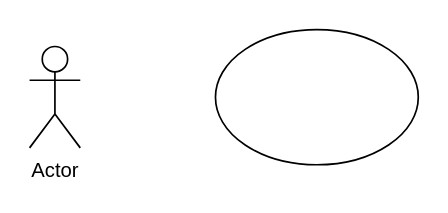
Earlier version of the draw.io diagram useCases/Untitled Diagram.drawio (eDliraCani/ModelsAndDesigns). Source tidied: cells renumbered, new cells numbered last; positions are measured from the earlier drawing's top-left corner, leaving out a move shared by most shapes. Both pictures are drawn from the tidied source at 169%, with x=0, y=0 at pixel (29, 29).
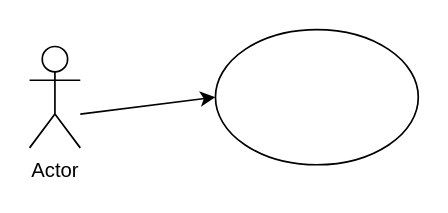
After the change.

Change to the diagram source:
```diff
@@
 <mxGraphModel>
   <root>
     <mxCell id="0" />
     <mxCell id="1" parent="0" />
     <mxCell id="2" value="Actor" style="shape=umlActor;verticalLabelPosition=bottom;verticalAlign=top;html=1;" parent="1" vertex="1">
       <mxGeometry y="10" width="30" height="60" as="geometry" />
     </mxCell>
     <mxCell id="3" style="ellipse;whiteSpace=wrap;html=1;" parent="1" vertex="1">
       <mxGeometry x="110" width="120" height="80" as="geometry" />
     </mxCell>
+    <mxCell id="4" style="endArrow=classic;html=1;rounded=0;entryX=0;entryY=0.5;entryDx=0;entryDy=0;" parent="1" edge="1" target="3">
+      <mxGeometry relative="1" as="geometry">
+        <mxPoint x="30" y="50" as="sourcePoint" />
+      </mxGeometry>
+    </mxCell>
   </root>
 </mxGraphModel>
```
